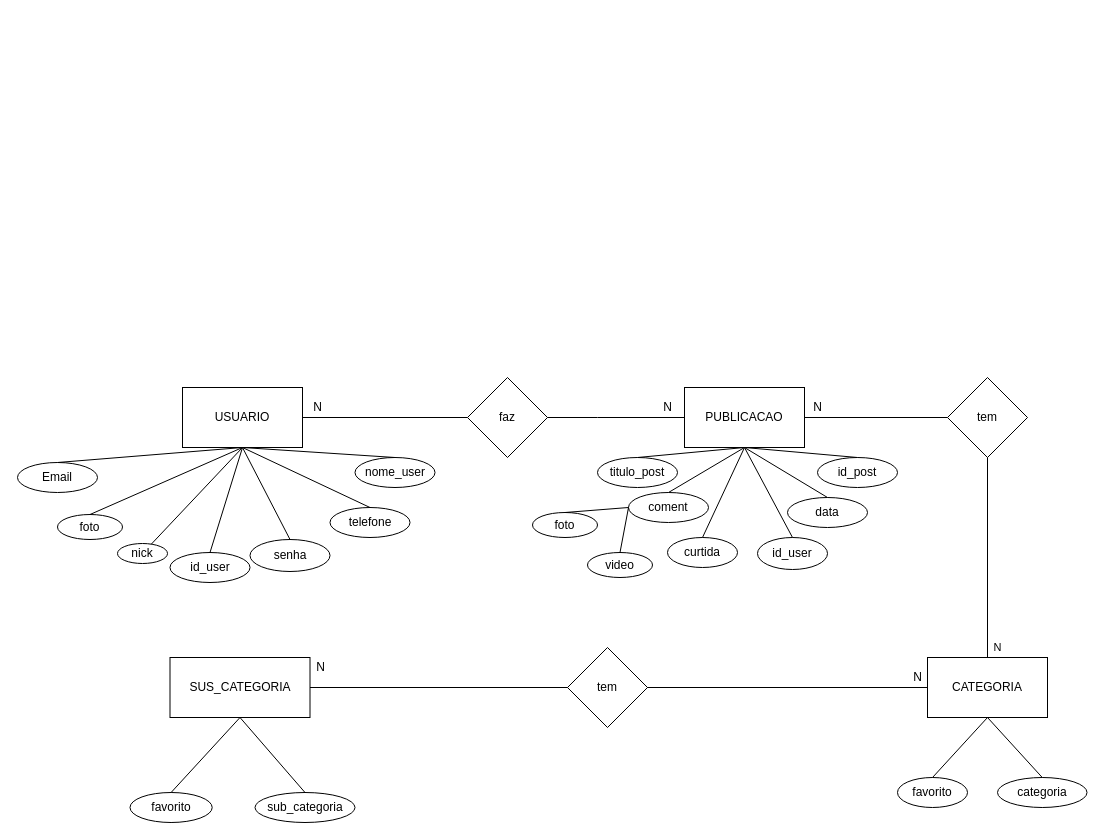
Earlier version of the draw.io diagram docs/der/diagramaAtualizado.drawio (Joao-Augusto0/trabalho-forum). Source tidied: cells renumbered, new cells numbered last; positions are measured from the earlier drawing's top-left corner, leaving out a move shared by most shapes. Both pictures are drawn from the tidied source at 100%, with x=0, y=0 at pixel (17, 377).
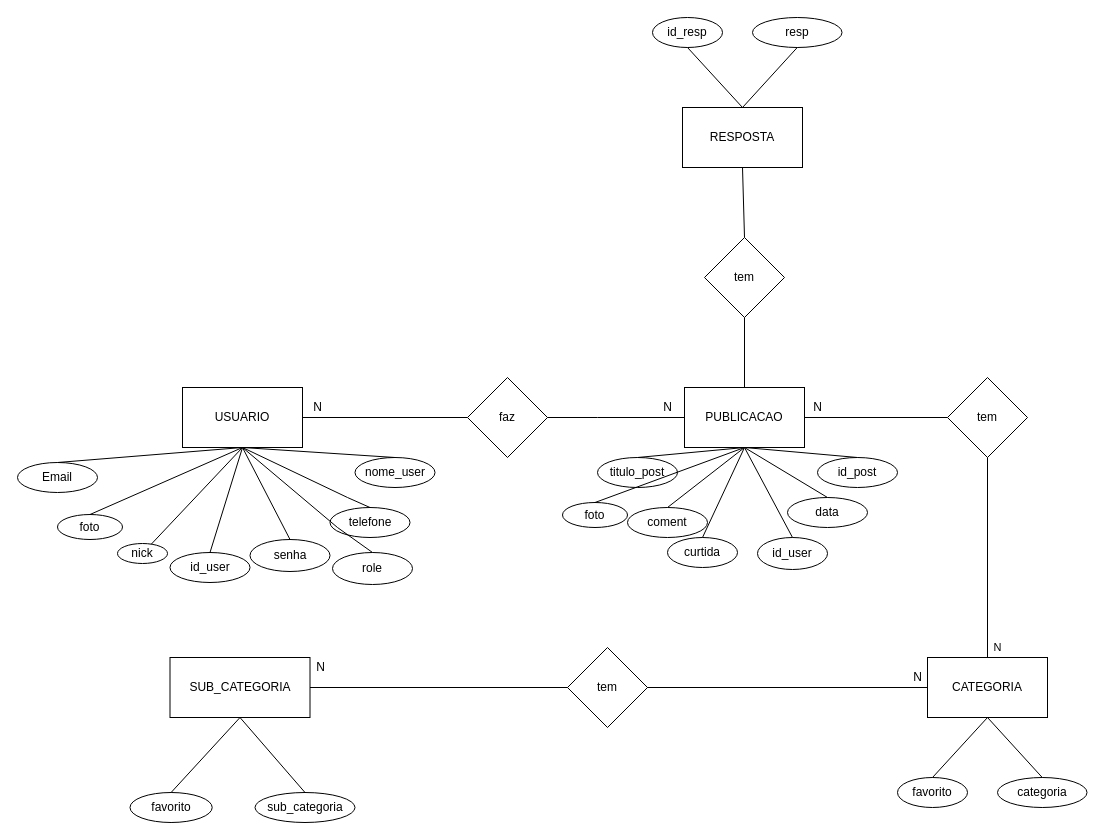
Above is the later version.

The change refers to these unchanged cells:
```xml
<mxCell id="2" value="USUARIO" style="rounded=0;whiteSpace=wrap;html=1;" parent="1" vertex="1">
  <mxGeometry x="165" y="10" width="120" height="60" as="geometry" />
</mxCell>
<mxCell id="8" value="&lt;div&gt;&lt;div&gt;telefone&lt;/div&gt;&lt;/div&gt;" style="ellipse;whiteSpace=wrap;html=1;" parent="1" vertex="1">
  <mxGeometry x="312.5" y="130" width="80" height="30" as="geometry" />
</mxCell>
<mxCell id="29" value="PUBLICACAO" style="rounded=0;whiteSpace=wrap;html=1;" parent="1" vertex="1">
  <mxGeometry x="667" y="10" width="120" height="60" as="geometry" />
</mxCell>
```

Change to the diagram source:
```diff
@@
     <mxCell id="5" value="&lt;div&gt;&lt;div&gt;coment&lt;/div&gt;&lt;/div&gt;" style="ellipse;whiteSpace=wrap;html=1;" parent="1" vertex="1">
-      <mxGeometry x="611" y="115" width="80" height="30" as="geometry" />
+      <mxGeometry x="610" y="130" width="80" height="30" as="geometry" />
     </mxCell>
@@
     <mxCell id="20" style="endArrow=none;html=1;rounded=0;exitX=0.5;exitY=0;exitDx=0;exitDy=0;entryX=0.5;entryY=1;entryDx=0;entryDy=0;" parent="1" edge="1" source="8" target="2">
-      <mxGeometry relative="1" as="geometry" />
+      <mxGeometry relative="1" as="geometry">
+        <Array as="points">
+          <mxPoint x="330" y="120" />
+        </Array>
+      </mxGeometry>
     </mxCell>
@@
-    <mxCell id="38" value="SUS_CATEGORIA" style="rounded=0;whiteSpace=wrap;html=1;" parent="1" vertex="1">
+    <mxCell id="38" value="SUB_CATEGORIA" style="rounded=0;whiteSpace=wrap;html=1;" parent="1" vertex="1">
       <mxGeometry x="152.5" y="280" width="140" height="60" as="geometry" />
     </mxCell>
@@
     <mxCell id="47" value="foto" style="ellipse;whiteSpace=wrap;html=1;" parent="1" vertex="1">
-      <mxGeometry x="515" y="135" width="65" height="25" as="geometry" />
+      <mxGeometry x="545" y="125" width="65" height="25" as="geometry" />
     </mxCell>
@@
-    <mxCell id="49" style="endArrow=none;html=1;rounded=0;exitX=0.5;exitY=0;exitDx=0;exitDy=0;entryX=0;entryY=0.5;entryDx=0;entryDy=0;" parent="1" edge="1" source="47" target="5">
+    <mxCell id="49" style="endArrow=none;html=1;rounded=0;exitX=0.5;exitY=0;exitDx=0;exitDy=0;entryX=0.5;entryY=1;entryDx=0;entryDy=0;" parent="1" edge="1" source="47" target="29">
       <mxGeometry relative="1" as="geometry" />
     </mxCell>
-    <mxCell id="50" style="endArrow=none;html=1;rounded=0;exitX=0;exitY=0.5;exitDx=0;exitDy=0;entryX=0.5;entryY=0;entryDx=0;entryDy=0;" parent="1" edge="1" source="5" target="51">
-      <mxGeometry relative="1" as="geometry" />
-    </mxCell>
-    <mxCell id="51" value="video" style="ellipse;whiteSpace=wrap;html=1;" parent="1" vertex="1">
-      <mxGeometry x="570" y="175" width="65" height="25" as="geometry" />
-    </mxCell>
@@
+    <mxCell id="60" value="role" style="ellipse;whiteSpace=wrap;html=1;" parent="1" vertex="1">
+      <mxGeometry x="315" y="175" width="80" height="32" as="geometry" />
+    </mxCell>
+    <mxCell id="61" style="endArrow=none;html=1;rounded=0;exitX=0.5;exitY=0;exitDx=0;exitDy=0;entryX=0.5;entryY=1;entryDx=0;entryDy=0;" parent="1" edge="1" source="60" target="2">
+      <mxGeometry relative="1" as="geometry">
+        <Array as="points">
+          <mxPoint x="320" y="150" />
+        </Array>
+      </mxGeometry>
+    </mxCell>
+    <mxCell id="62" value="tem" style="rhombus;whiteSpace=wrap;html=1;" parent="1" vertex="1">
+      <mxGeometry x="687" y="-140" width="80" height="80" as="geometry" />
+    </mxCell>
+    <mxCell id="63" style="endArrow=none;html=1;rounded=0;exitX=0.5;exitY=0;exitDx=0;exitDy=0;entryX=0.5;entryY=1;entryDx=0;entryDy=0;" parent="1" edge="1" source="29" target="62">
+      <mxGeometry relative="1" as="geometry" />
+    </mxCell>
+    <mxCell id="64" value="RESPOSTA" style="rounded=0;whiteSpace=wrap;html=1;" parent="1" vertex="1">
+      <mxGeometry x="665" y="-270" width="120" height="60" as="geometry" />
+    </mxCell>
+    <mxCell id="65" style="endArrow=none;html=1;rounded=0;exitX=0.5;exitY=1;exitDx=0;exitDy=0;entryX=0.5;entryY=0;entryDx=0;entryDy=0;" parent="1" edge="1" source="64" target="62">
+      <mxGeometry relative="1" as="geometry" />
+    </mxCell>
+    <mxCell id="66" value="resp" style="ellipse;whiteSpace=wrap;html=1;" parent="1" vertex="1">
+      <mxGeometry x="735" y="-360" width="89.5" height="30" as="geometry" />
+    </mxCell>
+    <mxCell id="67" value="id_resp" style="ellipse;whiteSpace=wrap;html=1;" parent="1" vertex="1">
+      <mxGeometry x="635" y="-360" width="70" height="30" as="geometry" />
+    </mxCell>
+    <mxCell id="68" style="endArrow=none;html=1;rounded=0;exitX=0.5;exitY=0;exitDx=0;exitDy=0;entryX=0.5;entryY=1;entryDx=0;entryDy=0;" parent="1" edge="1" source="64" target="67">
+      <mxGeometry relative="1" as="geometry" />
+    </mxCell>
+    <mxCell id="69" style="endArrow=none;html=1;rounded=0;exitX=0.5;exitY=0;exitDx=0;exitDy=0;entryX=0.5;entryY=1;entryDx=0;entryDy=0;" parent="1" edge="1" source="64" target="66">
+      <mxGeometry relative="1" as="geometry" />
+    </mxCell>
```
